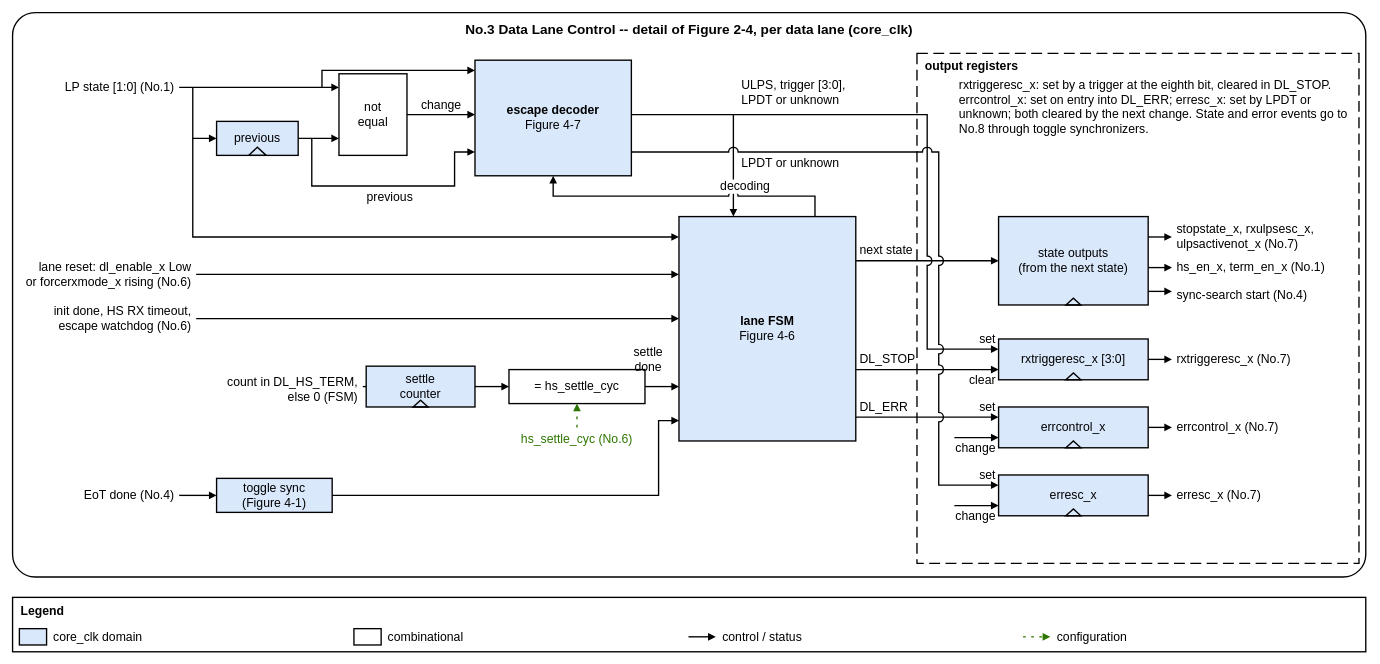
ftel-cdc/fu3_dphy keeps this draw.io diagram as 22fdx/rx/digital/doc/figures/ftel_dphy_rx_dl_ctrl.drawio. Above is the earlier version. Source tidied: cells renumbered, new cells numbered last; positions are measured from the earlier drawing's top-left corner, leaving out a move shared by most shapes. Both pictures are drawn from the tidied source at 68%, with x=0, y=0 at pixel (12, 12).
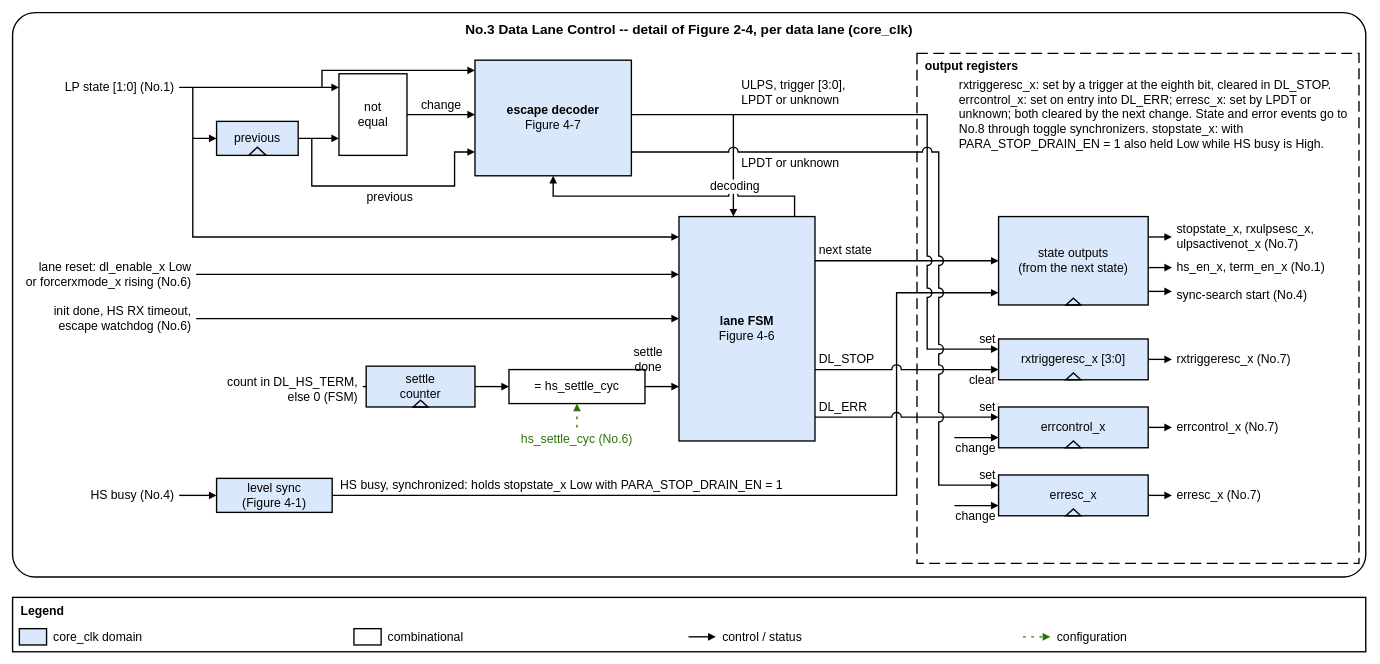
The same page after the edit.

Diff of the diagram source:
```diff
@@
     <mxCell id="15" value="&lt;b&gt;lane FSM&lt;/b&gt;&lt;br&gt;Figure 4-6" style="rounded=0;whiteSpace=wrap;html=1;fontSize=18;strokeWidth=2;fillColor=#DAE8FC;align=center;verticalAlign=middle;spacing=4;" parent="1" vertex="1">
-      <mxGeometry x="980" y="300" width="260" height="330" as="geometry" />
+      <mxGeometry x="980" y="300" width="200" height="330" as="geometry" />
     </mxCell>
@@
     <mxCell id="22" value="decoding" style="endArrow=block;endFill=1;html=1;fontSize=18;edgeStyle=orthogonalEdgeStyle;rounded=0;jumpStyle=arc;jumpSize=12;labelBackgroundColor=#FFFFFF;strokeWidth=2;" parent="1" edge="1">
       <mxGeometry relative="1" as="geometry">
-        <mxPoint x="1180" y="300" as="sourcePoint" />
+        <mxPoint x="1150" y="300" as="sourcePoint" />
         <mxPoint x="795" y="240" as="targetPoint" />
         <Array as="points">
-          <mxPoint x="1180" y="270" />
+          <mxPoint x="1150" y="270" />
           <mxPoint x="795" y="270" />
         </Array>
         <mxPoint x="90" y="-14" as="offset" />
       </mxGeometry>
     </mxCell>
@@
-    <mxCell id="33" value="EoT done (No.4)" style="text;html=1;whiteSpace=wrap;fontSize=18;align=right;verticalAlign=middle;strokeColor=none;fillColor=none;spacing=2;" parent="1" vertex="1">
+    <mxCell id="33" value="HS busy (No.4)" style="text;html=1;whiteSpace=wrap;fontSize=18;align=right;verticalAlign=middle;strokeColor=none;fillColor=none;spacing=2;" parent="1" vertex="1">
       <mxGeometry x="5" y="695" width="235" height="30" as="geometry" />
     </mxCell>
-    <mxCell id="34" value="toggle sync&lt;br&gt;(Figure 4-1)" style="rounded=0;whiteSpace=wrap;html=1;fontSize=18;strokeWidth=2;fillColor=#DAE8FC;align=center;verticalAlign=middle;spacing=4;" parent="1" vertex="1">
+    <mxCell id="34" value="level sync&lt;br&gt;(Figure 4-1)" style="rounded=0;whiteSpace=wrap;html=1;fontSize=18;strokeWidth=2;fillColor=#DAE8FC;align=center;verticalAlign=middle;spacing=4;" parent="1" vertex="1">
       <mxGeometry x="300" y="685" width="170" height="50" as="geometry" />
     </mxCell>
@@
     <mxCell id="36" style="endArrow=block;endFill=1;html=1;fontSize=18;edgeStyle=orthogonalEdgeStyle;rounded=0;jumpStyle=arc;jumpSize=12;labelBackgroundColor=#FFFFFF;strokeWidth=2;" parent="1" edge="1">
       <mxGeometry relative="1" as="geometry">
         <mxPoint x="470" y="710" as="sourcePoint" />
-        <mxPoint x="980" y="600" as="targetPoint" />
+        <mxPoint x="1450" y="412" as="targetPoint" />
         <Array as="points">
-          <mxPoint x="950" y="710" />
-          <mxPoint x="950" y="600" />
+          <mxPoint x="1300" y="710" />
+          <mxPoint x="1300" y="412" />
         </Array>
       </mxGeometry>
     </mxCell>
+    <mxCell id="87" value="HS busy, synchronized: holds stopstate_x Low with PARA_STOP_DRAIN_EN = 1" style="text;html=1;whiteSpace=wrap;fontSize=18;align=left;verticalAlign=middle;strokeColor=none;fillColor=none;spacing=2;" parent="1" vertex="1">
+      <mxGeometry x="480" y="681" width="790" height="28" as="geometry" />
+    </mxCell>
@@
     <mxCell id="46" style="endArrow=block;endFill=1;html=1;fontSize=18;edgeStyle=orthogonalEdgeStyle;rounded=0;jumpStyle=arc;jumpSize=12;labelBackgroundColor=#FFFFFF;strokeWidth=2;edgeStyle=none;" parent="1" edge="1">
       <mxGeometry relative="1" as="geometry">
-        <mxPoint x="1240" y="365" as="sourcePoint" />
+        <mxPoint x="1180" y="365" as="sourcePoint" />
         <mxPoint x="1450" y="365" as="targetPoint" />
       </mxGeometry>
     </mxCell>
@@
     <mxCell id="48" style="endArrow=block;endFill=1;html=1;fontSize=18;edgeStyle=orthogonalEdgeStyle;rounded=0;jumpStyle=arc;jumpSize=12;labelBackgroundColor=#FFFFFF;strokeWidth=2;edgeStyle=none;" parent="1" edge="1">
       <mxGeometry relative="1" as="geometry">
-        <mxPoint x="1240" y="525" as="sourcePoint" />
+        <mxPoint x="1180" y="525" as="sourcePoint" />
         <mxPoint x="1450" y="525" as="targetPoint" />
       </mxGeometry>
     </mxCell>
     <mxCell id="49" style="endArrow=block;endFill=1;html=1;fontSize=18;edgeStyle=orthogonalEdgeStyle;rounded=0;jumpStyle=arc;jumpSize=12;labelBackgroundColor=#FFFFFF;strokeWidth=2;edgeStyle=none;" parent="1" edge="1">
       <mxGeometry relative="1" as="geometry">
-        <mxPoint x="1240" y="595" as="sourcePoint" />
+        <mxPoint x="1180" y="595" as="sourcePoint" />
         <mxPoint x="1450" y="595" as="targetPoint" />
       </mxGeometry>
     </mxCell>
@@
     <mxCell id="51" value="next state" style="text;html=1;whiteSpace=wrap;fontSize=18;align=left;verticalAlign=middle;strokeColor=none;fillColor=none;spacing=2;" parent="1" vertex="1">
-      <mxGeometry x="1244" y="336" width="84" height="28" as="geometry" />
+      <mxGeometry x="1184" y="336" width="84" height="28" as="geometry" />
     </mxCell>
     <mxCell id="52" value="DL_STOP" style="text;html=1;whiteSpace=wrap;fontSize=18;align=left;verticalAlign=middle;strokeColor=none;fillColor=none;spacing=2;" parent="1" vertex="1">
-      <mxGeometry x="1244" y="496" width="84" height="28" as="geometry" />
+      <mxGeometry x="1184" y="496" width="84" height="28" as="geometry" />
     </mxCell>
     <mxCell id="53" value="DL_ERR" style="text;html=1;whiteSpace=wrap;fontSize=18;align=left;verticalAlign=middle;strokeColor=none;fillColor=none;spacing=2;" parent="1" vertex="1">
-      <mxGeometry x="1244" y="566" width="84" height="28" as="geometry" />
+      <mxGeometry x="1184" y="566" width="84" height="28" as="geometry" />
     </mxCell>
@@
-    <mxCell id="76" value="rxtriggeresc_x: set by a trigger at the eighth bit, cleared in DL_STOP. errcontrol_x: set on entry into DL_ERR; erresc_x: set by LPDT or unknown; both cleared by the next change. State and error events go to No.8 through toggle synchronizers." style="text;html=1;whiteSpace=wrap;fontSize=18;align=left;verticalAlign=top;strokeColor=none;fillColor=none;spacing=2;" parent="1" vertex="1">
+    <mxCell id="76" value="rxtriggeresc_x: set by a trigger at the eighth bit, cleared in DL_STOP. errcontrol_x: set on entry into DL_ERR; erresc_x: set by LPDT or unknown; both cleared by the next change. State and error events go to No.8 through toggle synchronizers. stopstate_x: with PARA_STOP_DRAIN_EN = 1 also held Low while HS busy is High." style="text;html=1;whiteSpace=wrap;fontSize=18;align=left;verticalAlign=top;strokeColor=none;fillColor=none;spacing=2;" parent="1" vertex="1">
       <mxGeometry x="1390" y="90" width="585" height="190" as="geometry" />
     </mxCell>
```
